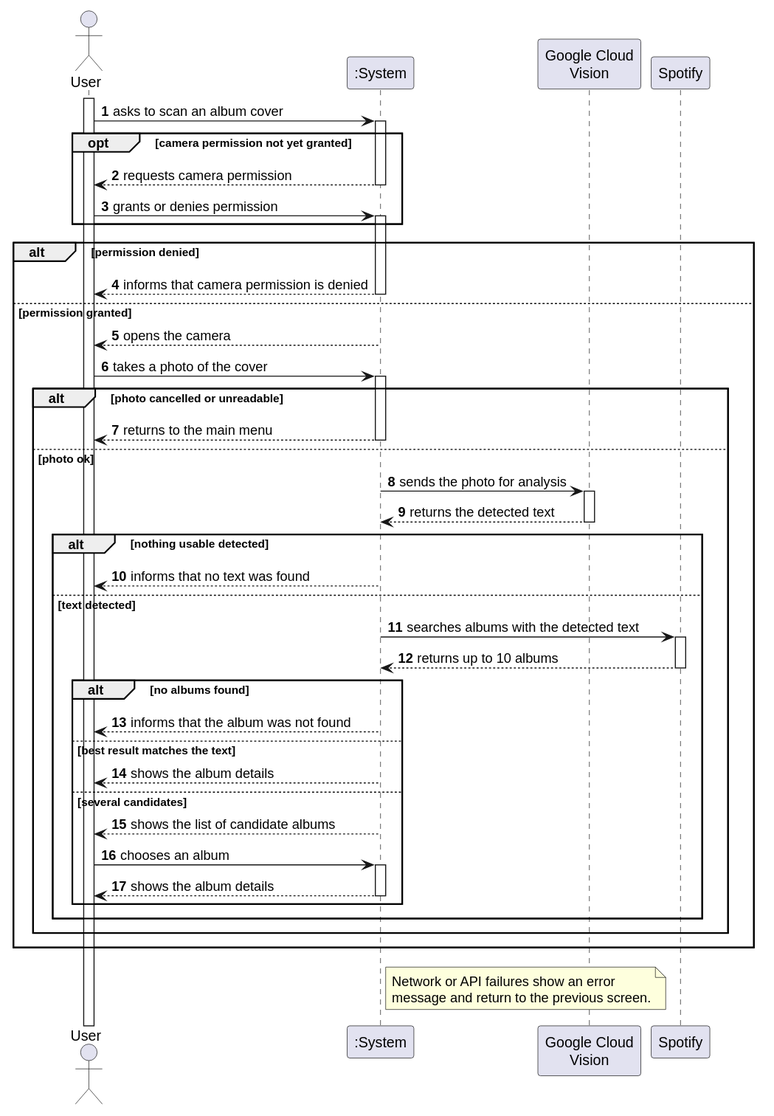
Before: docs/svg/ssd_02_scan_album.svg, a diagram exported from PlantUML (nunoc-isep/DSSMV_ProjectDroid_1251610_1241122).
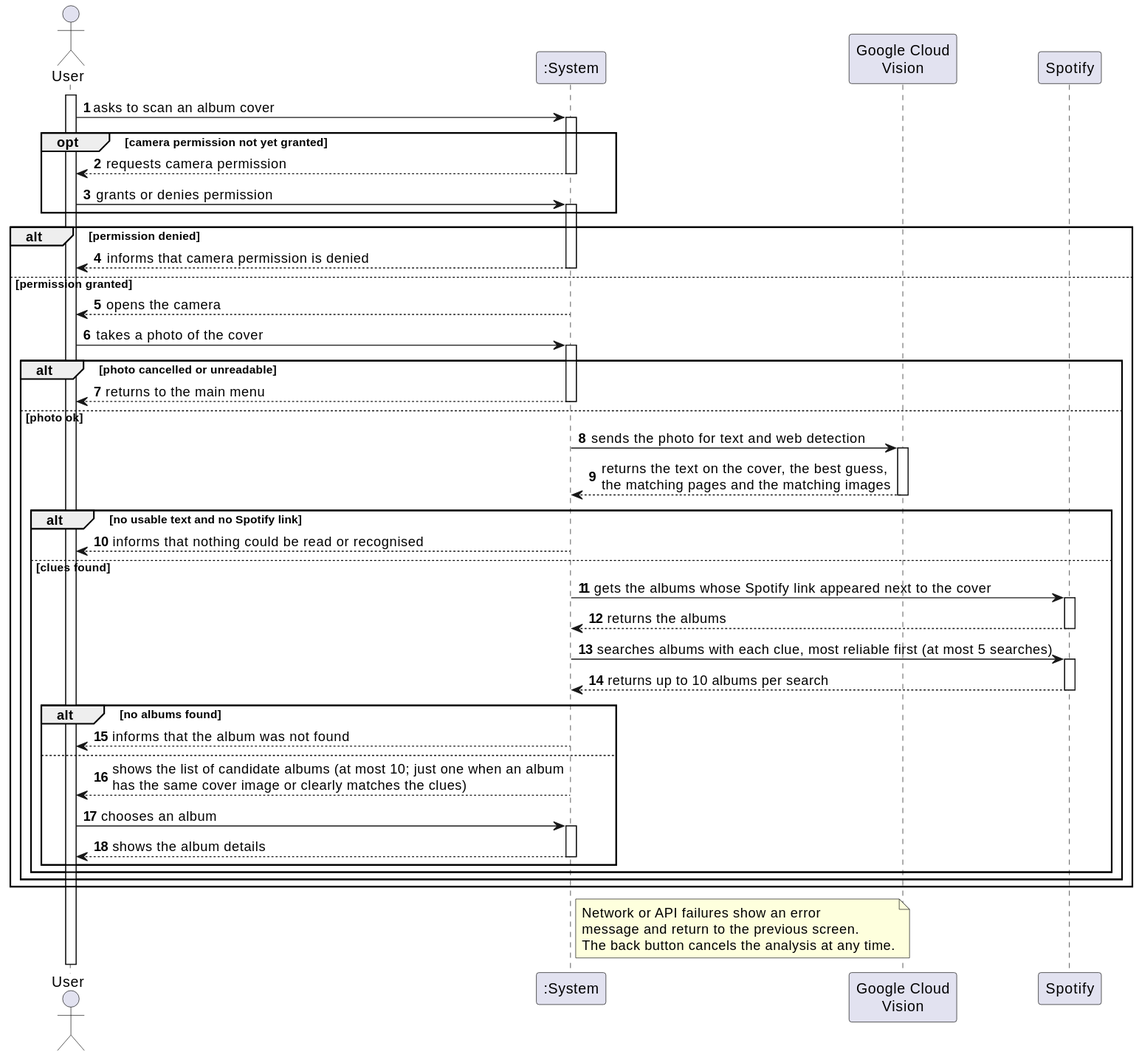
After the commit.

What changed in the source:
```diff
@@ -18,25 +18,23 @@
   System --> User: informs that camera permission is denied
 else permission granted
   System --> User: opens the camera
-
   User -> System: takes a photo of the cover
   alt photo cancelled or unreadable
     System --> User: returns to the main menu
   else photo ok
-    System -> Vision: sends the photo for analysis
-    Vision --> System: returns the detected text
-    alt nothing usable detected
-      System --> User: informs that no text was found
-    else text detected
-      System -> Spotify: searches albums with the detected text
-      Spotify --> System: returns up to 10 albums
+    System -> Vision: sends the photo for text and web detection
+    Vision --> System: returns the text on the cover, the best guess,\nthe matching pages and the matching images
+    alt no usable text and no Spotify link
+      System --> User: informs that nothing could be read or recognised
+    else clues found
+      System -> Spotify: gets the albums whose Spotify link appeared next to the cover
+      Spotify --> System: returns the albums
+      System -> Spotify: searches albums with each clue, most reliable first (at most 5 searches)
+      Spotify --> System: returns up to 10 albums per search
       alt no albums found
         System --> User: informs that the album was not found
-      else best result matches the text
-        System --> User: shows the album details
-      else several candidates
-        System --> User: shows the list of candidate albums
-
+      else
+        System --> User: shows the list of candidate albums (at most 10; just one when an album\nhas the same cover image or clearly matches the clues)
         User -> System: chooses an album
         System --> User: shows the album details
       end
@@ -47,5 +45,6 @@
 note right of System
   Network or API failures show an error
   message and return to the previous screen.
+  The back button cancels the analysis at any time.
 end note
 @enduml
```
